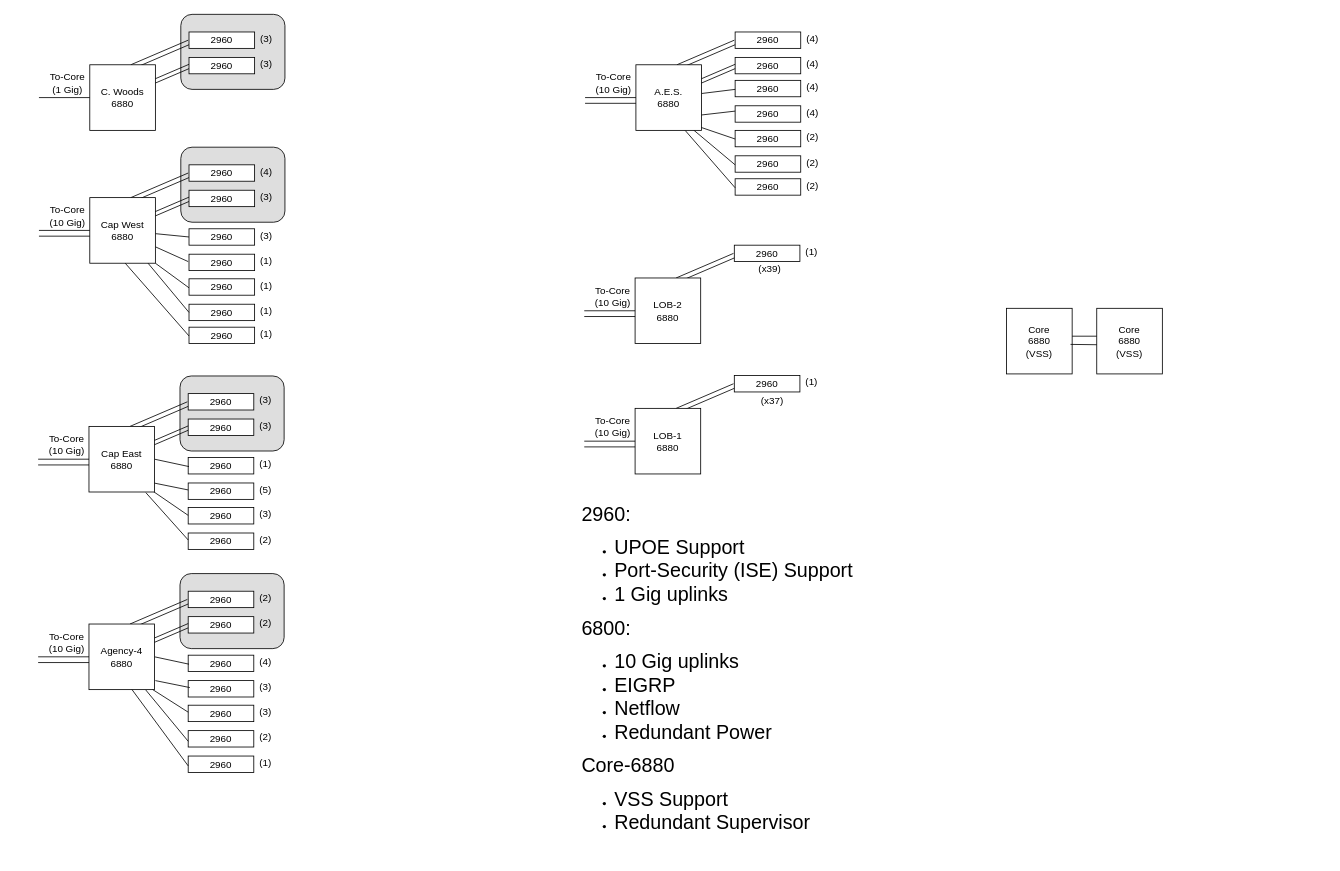
Before: Untitled Diagram.drawio in wmoody3/wmoody3, a draw.io diagram. Source tidied: cells renumbered, new cells numbered last; positions are measured from the earlier drawing's top-left corner, leaving out a move shared by most shapes. Both pictures are drawn from the tidied source at 82%, with x=0, y=0 at pixel (38, 14).
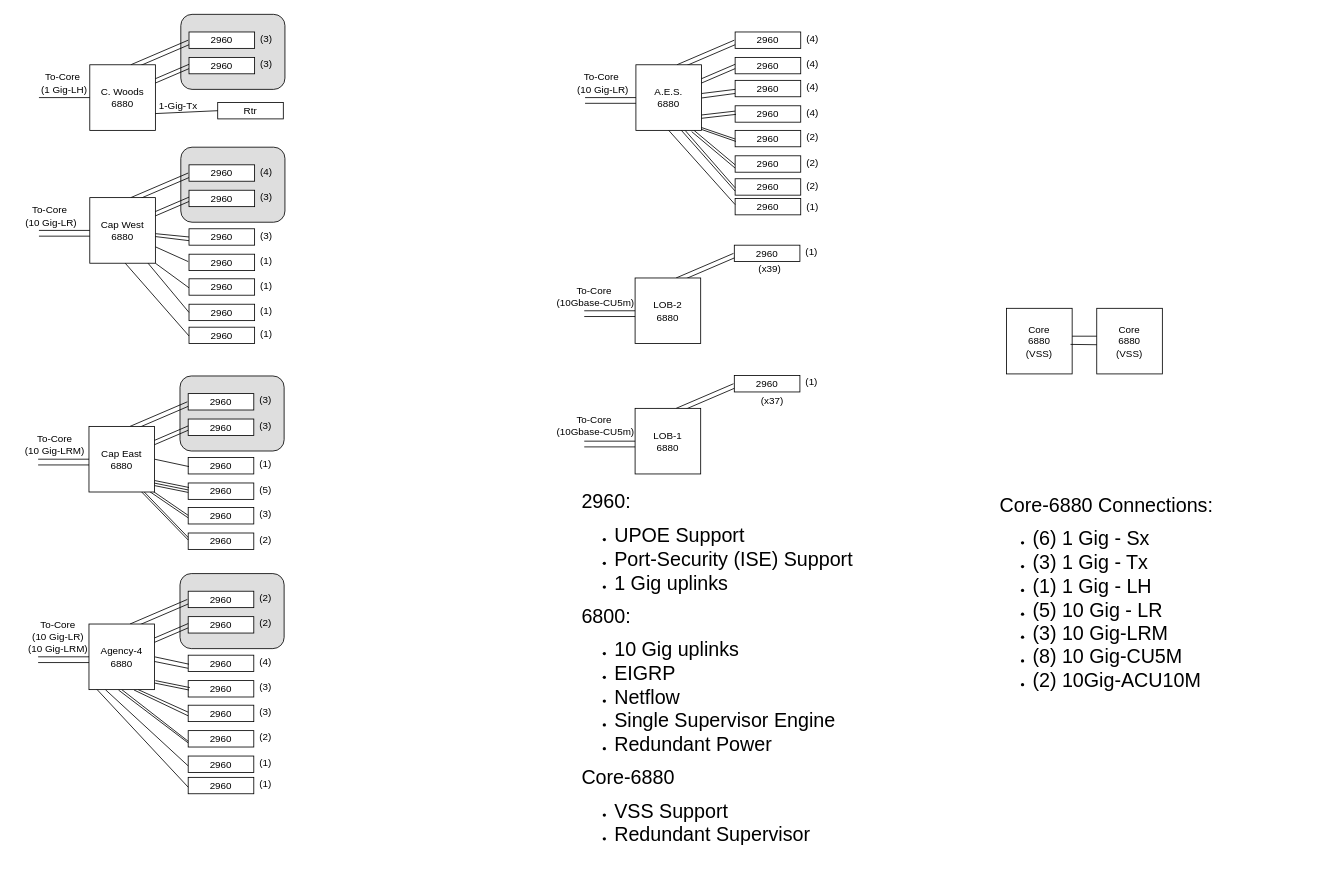
The same page after the edit.

Unchanged cells that the change refers to:
```xml
<mxCell id="72" value="2960" style="rounded=0;whiteSpace=wrap;html=1;" parent="1" vertex="1">
  <mxGeometry x="183" y="842.5" width="80" height="20" as="geometry" />
</mxCell>
<mxCell id="74" value="2960" style="rounded=0;whiteSpace=wrap;html=1;" parent="1" vertex="1">
  <mxGeometry x="183" y="873.5" width="80" height="20" as="geometry" />
</mxCell>
<mxCell id="95" value="2960" style="rounded=0;whiteSpace=wrap;html=1;" parent="1" vertex="1">
  <mxGeometry x="850" y="172.5" width="80" height="20" as="geometry" />
</mxCell>
<mxCell id="97" value="2960" style="rounded=0;whiteSpace=wrap;html=1;" parent="1" vertex="1">
  <mxGeometry x="850" y="200.5" width="80" height="20" as="geometry" />
</mxCell>
<mxCell id="144" value="A.E.S.&lt;br&gt;&lt;div&gt;6880&lt;/div&gt;" style="whiteSpace=wrap;html=1;" parent="1" vertex="1">
  <mxGeometry x="729" y="61.5" width="80" height="80" as="geometry" />
</mxCell>
```

What changed in the source:
```diff
@@
+    <mxCell id="145" style="endArrow=none;html=1;rounded=0;exitX=0.797;exitY=0.993;exitDx=0;exitDy=0;exitPerimeter=0;" parent="1" edge="1">
+      <mxGeometry relative="1" as="geometry">
+        <mxPoint x="128" y="581" as="sourcePoint" />
+        <mxPoint x="185" y="640" as="targetPoint" />
+      </mxGeometry>
+    </mxCell>
@@
-    <mxCell id="14" value="To-Core (1 Gig)" style="text;html=1;align=center;verticalAlign=middle;whiteSpace=wrap;rounded=0;" parent="1" vertex="1">
-      <mxGeometry x="11" y="68.5" width="50" height="30" as="geometry" />
+    <mxCell id="14" value="To-Core&amp;nbsp;&lt;div&gt;(1 Gig-LH)&lt;/div&gt;" style="text;html=1;align=center;verticalAlign=middle;whiteSpace=wrap;rounded=0;" parent="1" vertex="1">
+      <mxGeometry x="-3" y="68.5" width="70" height="30" as="geometry" />
     </mxCell>
@@
-    <mxCell id="25" value="To-Core (10 Gig)" style="text;html=1;align=center;verticalAlign=middle;whiteSpace=wrap;rounded=0;" parent="1" vertex="1">
-      <mxGeometry x="11" y="230.5" width="50" height="30" as="geometry" />
+    <mxCell id="25" value="To-Core&amp;nbsp;&lt;div&gt;(10 Gig-LR)&lt;/div&gt;" style="text;html=1;align=center;verticalAlign=middle;whiteSpace=wrap;rounded=0;" parent="1" vertex="1">
+      <mxGeometry x="-29" y="230.5" width="90" height="30" as="geometry" />
     </mxCell>
@@
-    <mxCell id="47" value="To-Core (10 Gig)" style="text;html=1;align=center;verticalAlign=middle;whiteSpace=wrap;rounded=0;" parent="1" vertex="1">
-      <mxGeometry x="10" y="509.5" width="50" height="30" as="geometry" />
+    <mxCell id="47" value="To-Core&lt;div&gt;(10 Gig-LRM)&lt;/div&gt;" style="text;html=1;align=center;verticalAlign=middle;whiteSpace=wrap;rounded=0;" parent="1" vertex="1">
+      <mxGeometry x="-19" y="509.5" width="79" height="30" as="geometry" />
     </mxCell>
@@
-    <mxCell id="67" value="To-Core (10 Gig)" style="text;html=1;align=center;verticalAlign=middle;whiteSpace=wrap;rounded=0;" parent="1" vertex="1">
-      <mxGeometry x="10" y="750.5" width="50" height="30" as="geometry" />
+    <mxCell id="67" value="To-Core&lt;div&gt;(10 Gig-LR)&lt;/div&gt;&lt;div&gt;(10 Gig-LRM)&lt;/div&gt;" style="text;html=1;align=center;verticalAlign=middle;whiteSpace=wrap;rounded=0;" parent="1" vertex="1">
+      <mxGeometry x="-15" y="743.5" width="79" height="30" as="geometry" />
     </mxCell>
@@
-    <mxCell id="88" value="To-Core (10 Gig)" style="text;html=1;align=center;verticalAlign=middle;whiteSpace=wrap;rounded=0;" parent="1" vertex="1">
-      <mxGeometry x="677" y="68.5" width="50" height="30" as="geometry" />
+    <mxCell id="88" value="To-Core&amp;nbsp;&lt;div&gt;(10 Gig-LR)&lt;/div&gt;" style="text;html=1;align=center;verticalAlign=middle;whiteSpace=wrap;rounded=0;" parent="1" vertex="1">
+      <mxGeometry x="651" y="68.5" width="76" height="30" as="geometry" />
     </mxCell>
@@
-    <mxCell id="107" value="To-Core (10 Gig)" style="text;html=1;align=center;verticalAlign=middle;whiteSpace=wrap;rounded=0;" parent="1" vertex="1">
-      <mxGeometry x="676" y="328.5" width="50" height="30" as="geometry" />
+    <mxCell id="107" value="To-Core&amp;nbsp;&lt;div&gt;(10Gbase-CU5m)&lt;/div&gt;" style="text;html=1;align=center;verticalAlign=middle;whiteSpace=wrap;rounded=0;" parent="1" vertex="1">
+      <mxGeometry x="620" y="328.5" width="120" height="30" as="geometry" />
     </mxCell>
@@
-    <mxCell id="116" value="To-Core (10 Gig)" style="text;html=1;align=center;verticalAlign=middle;whiteSpace=wrap;rounded=0;" parent="1" vertex="1">
-      <mxGeometry x="676" y="487.5" width="50" height="30" as="geometry" />
-    </mxCell>
-    <mxCell id="117" value="&lt;font style=&quot;font-size: 24px;&quot;&gt;2960:&lt;/font&gt;&lt;div&gt;&lt;ul&gt;&lt;li&gt;&lt;font style=&quot;font-size: 24px;&quot;&gt;UPOE Support&lt;/font&gt;&lt;/li&gt;&lt;li&gt;&lt;font style=&quot;font-size: 24px;&quot;&gt;Port-Security (ISE) Support&lt;/font&gt;&lt;/li&gt;&lt;li&gt;&lt;font style=&quot;font-size: 24px;&quot;&gt;1 Gig uplinks&lt;/font&gt;&lt;/li&gt;&lt;/ul&gt;&lt;div&gt;&lt;span style=&quot;font-size: 24px;&quot;&gt;6800:&lt;/span&gt;&lt;/div&gt;&lt;ul&gt;&lt;li&gt;&lt;font style=&quot;font-size: 24px;&quot;&gt;10 Gig uplinks&lt;/font&gt;&lt;/li&gt;&lt;li&gt;&lt;font style=&quot;font-size: 24px;&quot;&gt;EIGRP&lt;/font&gt;&lt;/li&gt;&lt;li&gt;&lt;font style=&quot;font-size: 24px;&quot;&gt;Netflow&lt;/font&gt;&lt;/li&gt;&lt;li&gt;&lt;font style=&quot;font-size: 24px;&quot;&gt;Redundant Power&lt;/font&gt;&lt;/li&gt;&lt;/ul&gt;&lt;div&gt;&lt;span style=&quot;font-size: 24px;&quot;&gt;Core-6880&lt;/span&gt;&lt;/div&gt;&lt;ul&gt;&lt;li&gt;&lt;font style=&quot;font-size: 24px;&quot;&gt;VSS Support&lt;/font&gt;&lt;/li&gt;&lt;li&gt;&lt;font style=&quot;font-size: 24px;&quot;&gt;Redundant Supervisor&lt;/font&gt;&lt;/li&gt;&lt;/ul&gt;&lt;/div&gt;" style="text;html=1;align=left;verticalAlign=middle;whiteSpace=wrap;rounded=0;" parent="1" vertex="1">
-      <mxGeometry x="661" y="649" width="565" height="310" as="geometry" />
+    <mxCell id="117" value="&lt;font style=&quot;font-size: 24px;&quot;&gt;2960:&lt;/font&gt;&lt;div&gt;&lt;ul&gt;&lt;li&gt;&lt;font style=&quot;font-size: 24px;&quot;&gt;UPOE Support&lt;/font&gt;&lt;/li&gt;&lt;li&gt;&lt;font style=&quot;font-size: 24px;&quot;&gt;Port-Security (ISE) Support&lt;/font&gt;&lt;/li&gt;&lt;li&gt;&lt;font style=&quot;font-size: 24px;&quot;&gt;1 Gig uplinks&lt;/font&gt;&lt;/li&gt;&lt;/ul&gt;&lt;div&gt;&lt;span style=&quot;font-size: 24px;&quot;&gt;6800:&lt;/span&gt;&lt;/div&gt;&lt;ul&gt;&lt;li&gt;&lt;font style=&quot;font-size: 24px;&quot;&gt;10 Gig uplinks&lt;/font&gt;&lt;/li&gt;&lt;li&gt;&lt;font style=&quot;font-size: 24px;&quot;&gt;EIGRP&lt;/font&gt;&lt;/li&gt;&lt;li&gt;&lt;font style=&quot;font-size: 24px;&quot;&gt;Netflow&lt;/font&gt;&lt;/li&gt;&lt;li&gt;&lt;font style=&quot;font-size: 24px;&quot;&gt;Single Supervisor Engine&lt;/font&gt;&lt;/li&gt;&lt;li&gt;&lt;font style=&quot;font-size: 24px;&quot;&gt;Redundant Power&lt;/font&gt;&lt;/li&gt;&lt;/ul&gt;&lt;div&gt;&lt;span style=&quot;font-size: 24px;&quot;&gt;Core-6880&lt;/span&gt;&lt;/div&gt;&lt;ul&gt;&lt;li&gt;&lt;font style=&quot;font-size: 24px;&quot;&gt;VSS Support&lt;/font&gt;&lt;/li&gt;&lt;li&gt;&lt;font style=&quot;font-size: 24px;&quot;&gt;Redundant Supervisor&lt;/font&gt;&lt;/li&gt;&lt;/ul&gt;&lt;/div&gt;" style="text;html=1;align=left;verticalAlign=middle;whiteSpace=wrap;rounded=0;" parent="1" vertex="1">
+      <mxGeometry x="661" y="649" width="400" height="310" as="geometry" />
     </mxCell>
@@
-    <mxCell id="131" style="endArrow=none;html=1;rounded=0;exitX=0.867;exitY=1.01;exitDx=0;exitDy=0;exitPerimeter=0;" parent="1" edge="1" source="132">
+    <mxCell id="131" style="endArrow=none;html=1;rounded=0;exitX=0.797;exitY=0.993;exitDx=0;exitDy=0;exitPerimeter=0;" parent="1" edge="1" source="132">
       <mxGeometry relative="1" as="geometry">
         <mxPoint x="183" y="641" as="targetPoint" />
       </mxGeometry>
     </mxCell>
-    <mxCell id="132" value="Cap East&lt;div&gt;6880&lt;/div&gt;" style="whiteSpace=wrap;html=1;" parent="1" vertex="1">
-      <mxGeometry x="62" y="502.5" width="80" height="80" as="geometry" />
-    </mxCell>
@@
-    <mxCell id="135" style="endArrow=none;html=1;rounded=0;exitX=0.963;exitY=0.994;exitDx=0;exitDy=0;exitPerimeter=0;" parent="1" edge="1" source="138">
+    <mxCell id="135" style="endArrow=none;html=1;rounded=0;exitX=0.75;exitY=1;exitDx=0;exitDy=0;" parent="1" edge="1" source="138">
       <mxGeometry relative="1" as="geometry">
         <mxPoint x="183" y="851" as="targetPoint" />
       </mxGeometry>
     </mxCell>
-    <mxCell id="136" style="endArrow=none;html=1;rounded=0;exitX=0.863;exitY=1.002;exitDx=0;exitDy=0;exitPerimeter=0;" parent="1" edge="1" source="138">
+    <mxCell id="136" style="endArrow=none;html=1;rounded=0;exitX=0.5;exitY=1;exitDx=0;exitDy=0;" parent="1" edge="1" source="138">
       <mxGeometry relative="1" as="geometry">
         <mxPoint x="183" y="886.5" as="targetPoint" />
       </mxGeometry>
     </mxCell>
-    <mxCell id="137" style="endArrow=none;html=1;rounded=0;exitX=0.642;exitY=0.981;exitDx=0;exitDy=0;exitPerimeter=0;" parent="1" edge="1" source="138">
+    <mxCell id="137" style="endArrow=none;html=1;rounded=0;exitX=0.25;exitY=1;exitDx=0;exitDy=0;" parent="1" edge="1" source="138">
       <mxGeometry relative="1" as="geometry">
         <mxPoint x="183" y="916.5" as="targetPoint" />
       </mxGeometry>
     </mxCell>
-    <mxCell id="138" value="Agency-4&lt;br&gt;&lt;div&gt;6880&lt;/div&gt;" style="whiteSpace=wrap;html=1;" parent="1" vertex="1">
-      <mxGeometry x="62" y="743.5" width="80" height="80" as="geometry" />
-    </mxCell>
@@
+    <mxCell id="146" style="endArrow=none;html=1;rounded=0;" parent="1" edge="1">
+      <mxGeometry relative="1" as="geometry">
+        <mxPoint x="809" y="102" as="sourcePoint" />
+        <mxPoint x="850" y="96.5" as="targetPoint" />
+      </mxGeometry>
+    </mxCell>
+    <mxCell id="147" style="endArrow=none;html=1;rounded=0;exitX=0.967;exitY=0.769;exitDx=0;exitDy=0;exitPerimeter=0;" parent="1" edge="1">
+      <mxGeometry relative="1" as="geometry">
+        <mxPoint x="807" y="127" as="sourcePoint" />
+        <mxPoint x="851" y="122" as="targetPoint" />
+      </mxGeometry>
+    </mxCell>
+    <mxCell id="148" style="endArrow=none;html=1;rounded=0;exitX=0.975;exitY=0.948;exitDx=0;exitDy=0;exitPerimeter=0;" parent="1" edge="1">
+      <mxGeometry relative="1" as="geometry">
+        <mxPoint x="808" y="140" as="sourcePoint" />
+        <mxPoint x="851" y="155" as="targetPoint" />
+      </mxGeometry>
+    </mxCell>
+    <mxCell id="149" style="endArrow=none;html=1;rounded=0;exitX=0.879;exitY=0.994;exitDx=0;exitDy=0;exitPerimeter=0;entryX=0;entryY=0.75;entryDx=0;entryDy=0;" parent="1" edge="1" target="95">
+      <mxGeometry relative="1" as="geometry">
+        <mxPoint x="797" y="143" as="sourcePoint" />
+      </mxGeometry>
+    </mxCell>
+    <mxCell id="150" style="endArrow=none;html=1;rounded=0;exitX=0.75;exitY=1;exitDx=0;exitDy=0;entryX=0;entryY=0.75;entryDx=0;entryDy=0;" parent="1" edge="1" target="97">
+      <mxGeometry relative="1" as="geometry">
+        <mxPoint x="784" y="141" as="sourcePoint" />
+      </mxGeometry>
+    </mxCell>
@@
+    <mxCell id="151" value="2960" style="rounded=0;whiteSpace=wrap;html=1;" parent="1" vertex="1">
+      <mxGeometry x="850" y="224.5" width="80" height="20" as="geometry" />
+    </mxCell>
+    <mxCell id="152" value="(1)" style="text;html=1;align=center;verticalAlign=middle;whiteSpace=wrap;rounded=0;" parent="1" vertex="1">
+      <mxGeometry x="929" y="227.5" width="31" height="15" as="geometry" />
+    </mxCell>
+    <mxCell id="153" style="endArrow=none;html=1;rounded=0;exitX=0.5;exitY=1;exitDx=0;exitDy=0;entryX=0;entryY=0.75;entryDx=0;entryDy=0;" parent="1" edge="1" source="144">
+      <mxGeometry relative="1" as="geometry">
+        <mxPoint x="850" y="232" as="targetPoint" />
+      </mxGeometry>
+    </mxCell>
+    <mxCell id="154" value="To-Core&amp;nbsp;&lt;div&gt;(10Gbase-CU5m)&lt;/div&gt;" style="text;html=1;align=center;verticalAlign=middle;whiteSpace=wrap;rounded=0;" parent="1" vertex="1">
+      <mxGeometry x="620" y="487" width="120" height="30" as="geometry" />
+    </mxCell>
+    <mxCell id="155" value="Rtr" style="rounded=0;whiteSpace=wrap;html=1;" parent="1" vertex="1">
+      <mxGeometry x="219" y="107.5" width="80" height="20" as="geometry" />
+    </mxCell>
+    <mxCell id="156" style="endArrow=none;html=1;rounded=0;entryX=0;entryY=0.5;entryDx=0;entryDy=0;" parent="1" edge="1" target="155">
+      <mxGeometry relative="1" as="geometry">
+        <mxPoint x="143" y="121" as="sourcePoint" />
+      </mxGeometry>
+    </mxCell>
+    <mxCell id="157" value="1-Gig-Tx" style="text;html=1;align=center;verticalAlign=middle;whiteSpace=wrap;rounded=0;" parent="1" vertex="1">
+      <mxGeometry x="141" y="100.5" width="60" height="22.5" as="geometry" />
+    </mxCell>
+    <mxCell id="158" style="endArrow=none;html=1;rounded=0;entryX=0;entryY=0.5;entryDx=0;entryDy=0;" parent="1" edge="1">
+      <mxGeometry relative="1" as="geometry">
+        <mxPoint x="143" y="271" as="sourcePoint" />
+        <mxPoint x="184" y="276" as="targetPoint" />
+      </mxGeometry>
+    </mxCell>
+    <mxCell id="159" style="endArrow=none;html=1;rounded=0;exitX=1;exitY=0.5;exitDx=0;exitDy=0;" parent="1" edge="1">
+      <mxGeometry relative="1" as="geometry">
+        <mxPoint x="141" y="574.5" as="sourcePoint" />
+        <mxPoint x="183" y="583" as="targetPoint" />
+      </mxGeometry>
+    </mxCell>
+    <mxCell id="160" style="endArrow=none;html=1;rounded=0;exitX=1;exitY=0.5;exitDx=0;exitDy=0;" parent="1" edge="1">
+      <mxGeometry relative="1" as="geometry">
+        <mxPoint x="142" y="568.5" as="sourcePoint" />
+        <mxPoint x="184" y="577" as="targetPoint" />
+      </mxGeometry>
+    </mxCell>
+    <mxCell id="161" style="endArrow=none;html=1;rounded=0;exitX=0.887;exitY=0.967;exitDx=0;exitDy=0;exitPerimeter=0;" parent="1" edge="1" source="132">
+      <mxGeometry relative="1" as="geometry">
+        <mxPoint x="183" y="614" as="targetPoint" />
+      </mxGeometry>
+    </mxCell>
+    <mxCell id="132" value="Cap East&lt;div&gt;6880&lt;/div&gt;" style="whiteSpace=wrap;html=1;" parent="1" vertex="1">
+      <mxGeometry x="62" y="502.5" width="80" height="80" as="geometry" />
+    </mxCell>
+    <mxCell id="162" style="endArrow=none;html=1;rounded=0;exitX=1;exitY=0.5;exitDx=0;exitDy=0;" parent="1" edge="1">
+      <mxGeometry relative="1" as="geometry">
+        <mxPoint x="141" y="789" as="sourcePoint" />
+        <mxPoint x="183" y="797.5" as="targetPoint" />
+      </mxGeometry>
+    </mxCell>
+    <mxCell id="163" style="endArrow=none;html=1;rounded=0;exitX=1;exitY=0.5;exitDx=0;exitDy=0;" parent="1" edge="1">
+      <mxGeometry relative="1" as="geometry">
+        <mxPoint x="142" y="815.5" as="sourcePoint" />
+        <mxPoint x="184" y="824" as="targetPoint" />
+      </mxGeometry>
+    </mxCell>
+    <mxCell id="164" style="endArrow=none;html=1;rounded=0;exitX=0.75;exitY=1;exitDx=0;exitDy=0;entryX=-0.001;entryY=0.647;entryDx=0;entryDy=0;entryPerimeter=0;" parent="1" edge="1" target="72">
+      <mxGeometry relative="1" as="geometry">
+        <mxPoint x="117" y="824" as="sourcePoint" />
+      </mxGeometry>
+    </mxCell>
+    <mxCell id="165" style="endArrow=none;html=1;rounded=0;exitX=0.5;exitY=1;exitDx=0;exitDy=0;entryX=0;entryY=0.75;entryDx=0;entryDy=0;" parent="1" edge="1" target="74">
+      <mxGeometry relative="1" as="geometry">
+        <mxPoint x="98" y="824" as="sourcePoint" />
+      </mxGeometry>
+    </mxCell>
+    <mxCell id="166" value="2960" style="rounded=0;whiteSpace=wrap;html=1;" parent="1" vertex="1">
+      <mxGeometry x="183" y="930.5" width="80" height="20" as="geometry" />
+    </mxCell>
+    <mxCell id="167" value="(1)" style="text;html=1;align=center;verticalAlign=middle;whiteSpace=wrap;rounded=0;" parent="1" vertex="1">
+      <mxGeometry x="262" y="931.5" width="31" height="15" as="geometry" />
+    </mxCell>
+    <mxCell id="168" style="endArrow=none;html=1;rounded=0;exitX=0.104;exitY=0.978;exitDx=0;exitDy=0;exitPerimeter=0;" parent="1" edge="1" source="138">
+      <mxGeometry relative="1" as="geometry">
+        <mxPoint x="183" y="942.5" as="targetPoint" />
+      </mxGeometry>
+    </mxCell>
+    <mxCell id="138" value="Agency-4&lt;br&gt;&lt;div&gt;6880&lt;/div&gt;" style="whiteSpace=wrap;html=1;" parent="1" vertex="1">
+      <mxGeometry x="62" y="743.5" width="80" height="80" as="geometry" />
+    </mxCell>
+    <mxCell id="169" value="&lt;div&gt;&lt;span style=&quot;font-size: 24px;&quot;&gt;Core-6880 Connections:&lt;/span&gt;&lt;/div&gt;&lt;ul&gt;&lt;li&gt;&lt;span style=&quot;font-size: 24px;&quot;&gt;(6) 1 Gig - Sx&lt;/span&gt;&lt;/li&gt;&lt;li&gt;&lt;span style=&quot;font-size: 24px;&quot;&gt;(3) 1 Gig - Tx&lt;/span&gt;&lt;/li&gt;&lt;li&gt;&lt;span style=&quot;font-size: 24px;&quot;&gt;(1) 1 Gig - LH&lt;/span&gt;&lt;/li&gt;&lt;li&gt;&lt;span style=&quot;font-size: 24px;&quot;&gt;(5) 10 Gig - LR&lt;/span&gt;&lt;/li&gt;&lt;li&gt;&lt;span style=&quot;font-size: 24px;&quot;&gt;(3) 10 Gig-LRM&lt;/span&gt;&lt;/li&gt;&lt;li&gt;&lt;span style=&quot;font-size: 24px;&quot;&gt;(8) 10 Gig-CU5M&lt;/span&gt;&lt;/li&gt;&lt;li&gt;&lt;span style=&quot;font-size: 24px;&quot;&gt;(2) 10Gig-ACU10M&lt;/span&gt;&lt;/li&gt;&lt;/ul&gt;" style="text;html=1;align=left;verticalAlign=middle;whiteSpace=wrap;rounded=0;" parent="1" vertex="1">
+      <mxGeometry x="1171" y="556.5" width="400" height="310" as="geometry" />
+    </mxCell>
```
